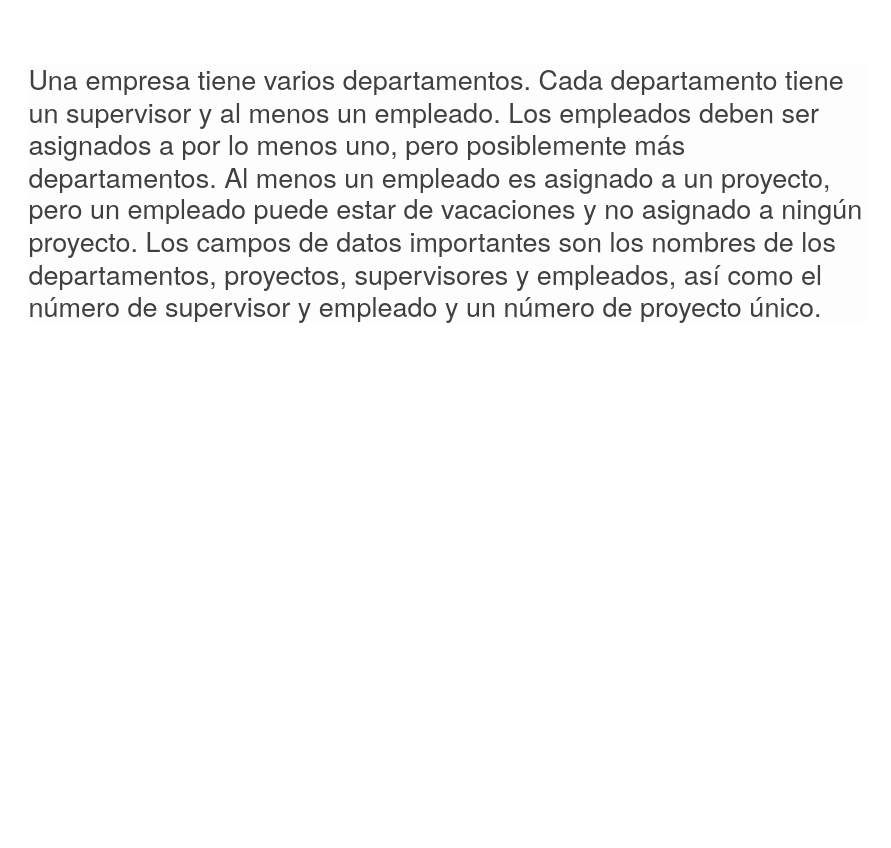
This is Diagrama sin título.drawio from factoriaf5-p8/data-modeling, a draw.io file, before an edit. Source tidied: cells renumbered, new cells numbered last; positions are measured from the earlier drawing's top-left corner, leaving out a move shared by most shapes. Both pictures are drawn from the tidied source at 150%, with x=0, y=0 at pixel (26, 26).
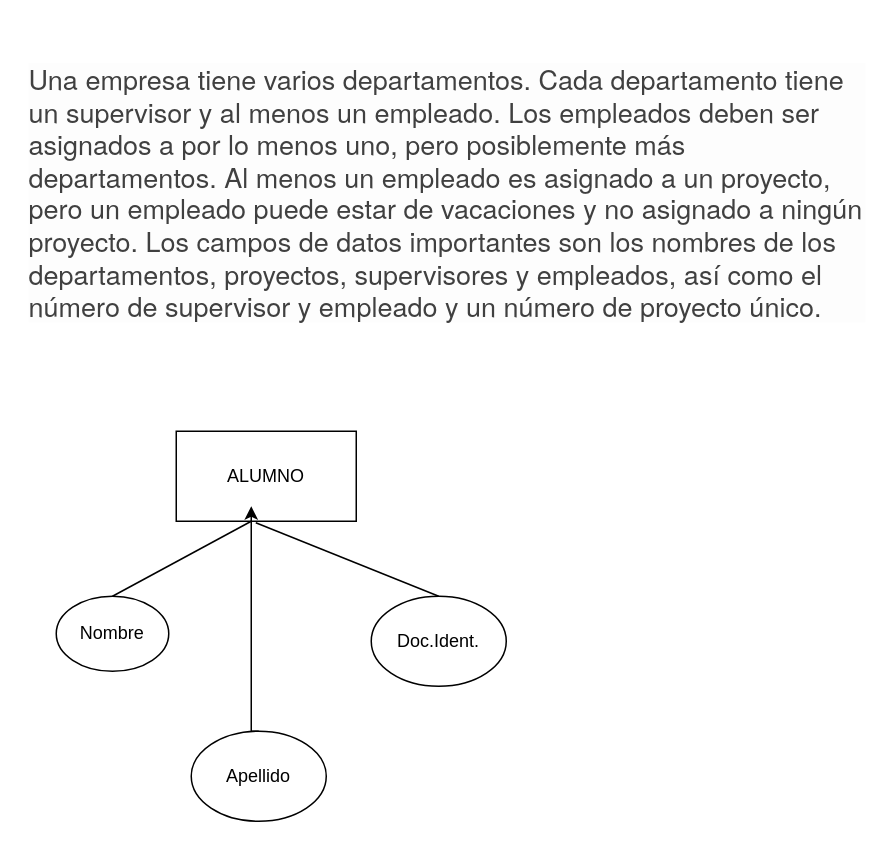
The same page after the edit.

What changed in the source:
```diff
@@
 <mxGraphModel>
   <root>
     <mxCell id="0" />
     <mxCell id="1" parent="0" />
     <mxCell id="2" value="&lt;p style=&quot;color: rgb(64, 64, 64); font-family: Raleway, &amp;quot;Helvetica Neue&amp;quot;, sans-serif; font-size: 18px; font-style: normal; font-variant-ligatures: normal; font-variant-caps: normal; font-weight: 400; letter-spacing: normal; orphans: 2; text-align: start; text-indent: 0px; text-transform: none; widows: 2; word-spacing: 0px; -webkit-text-stroke-width: 0px; background-color: rgb(253, 253, 253); text-decoration-thickness: initial; text-decoration-style: initial; text-decoration-color: initial;&quot;&gt;Una empresa tiene varios departamentos. Cada departamento tiene un supervisor y al menos un empleado. Los empleados deben ser asignados a por lo menos uno, pero posiblemente más departamentos. Al menos un empleado es asignado a un proyecto, pero un empleado puede estar de vacaciones y no asignado a ningún proyecto. Los campos de datos importantes son los nombres de los departamentos, proyectos, supervisores y empleados, así como el número de supervisor y empleado y un número de proyecto único.&lt;/p&gt;&lt;br class=&quot;Apple-interchange-newline&quot;&gt;" style="text;whiteSpace=wrap;html=1;" parent="1" vertex="1">
       <mxGeometry width="560" height="270" as="geometry" />
     </mxCell>
+    <mxCell id="3" value="ALUMNO" style="rounded=0;whiteSpace=wrap;html=1;" parent="1" vertex="1">
+      <mxGeometry x="100" y="270" width="120" height="60" as="geometry" />
+    </mxCell>
+    <mxCell id="4" value="Nombre" style="ellipse;whiteSpace=wrap;html=1;" parent="1" vertex="1">
+      <mxGeometry x="20" y="380" width="75" height="50" as="geometry" />
+    </mxCell>
+    <mxCell id="5" value="Doc.Ident." style="ellipse;whiteSpace=wrap;html=1;" parent="1" vertex="1">
+      <mxGeometry x="230" y="380" width="90" height="60" as="geometry" />
+    </mxCell>
+    <mxCell id="6" style="edgeStyle=orthogonalEdgeStyle;rounded=0;jettySize=auto;html=1;exitX=0.5;exitY=0;exitDx=0;exitDy=0;" parent="1" edge="1" source="7">
+      <mxGeometry relative="1" as="geometry">
+        <mxPoint x="150" y="320" as="targetPoint" />
+        <Array as="points">
+          <mxPoint x="150" y="470" />
+        </Array>
+      </mxGeometry>
+    </mxCell>
+    <mxCell id="7" value="Apellido" style="ellipse;whiteSpace=wrap;html=1;" parent="1" vertex="1">
+      <mxGeometry x="110" y="470" width="90" height="60" as="geometry" />
+    </mxCell>
+    <mxCell id="8" style="endArrow=none;html=1;rounded=0;exitX=0.5;exitY=0;exitDx=0;exitDy=0;" parent="1" edge="1" source="4" target="3">
+      <mxGeometry relative="1" as="geometry">
+        <Array as="points">
+          <mxPoint x="150" y="330" />
+        </Array>
+      </mxGeometry>
+    </mxCell>
+    <mxCell id="9" style="endArrow=none;html=1;rounded=0;exitX=0.5;exitY=0;exitDx=0;exitDy=0;entryX=0.442;entryY=1.017;entryDx=0;entryDy=0;entryPerimeter=0;" parent="1" edge="1" source="5" target="3">
+      <mxGeometry relative="1" as="geometry" />
+    </mxCell>
   </root>
 </mxGraphModel>
```
